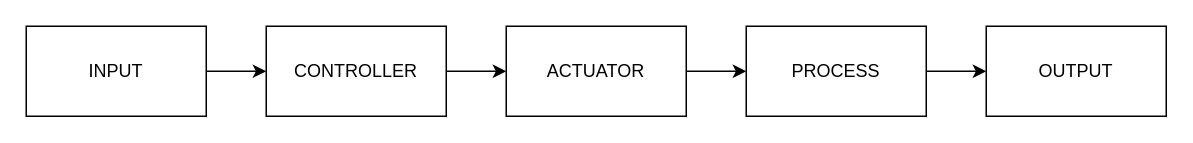
The draw.io diagram kti/sistem_kendali.drawio in Mistersuketto/tugas_akhir, before the edit. Source tidied: cells renumbered, new cells numbered last; positions are measured from the earlier drawing's top-left corner, leaving out a move shared by most shapes. Both pictures are drawn from the tidied source at 150%, with x=0, y=0 at pixel (26, 26).
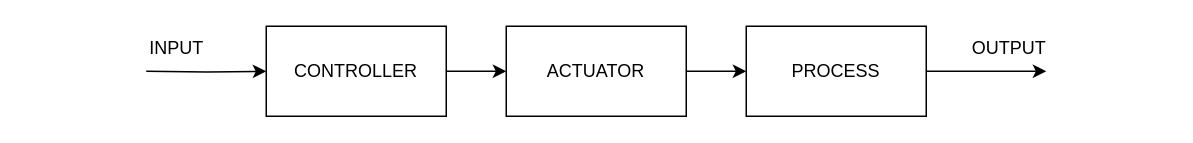
After the change.

Commit message:
mengubah input dan output

Change to the diagram source:
```diff
@@
 <mxGraphModel>
   <root>
     <mxCell id="0" />
     <mxCell id="1" parent="0" />
-    <mxCell id="2" style="edgeStyle=orthogonalEdgeStyle;rounded=0;jettySize=auto;html=1;" parent="1" edge="1" source="3" target="5">
-      <mxGeometry relative="1" as="geometry" />
+    <mxCell id="2" style="edgeStyle=orthogonalEdgeStyle;rounded=0;jettySize=auto;html=1;" parent="1" edge="1" target="5">
+      <mxGeometry relative="1" as="geometry">
+        <mxPoint x="80" y="30" as="sourcePoint" />
+      </mxGeometry>
     </mxCell>
-    <mxCell id="3" value="INPUT" style="rounded=0;whiteSpace=wrap;html=1;" parent="1" vertex="1">
-      <mxGeometry width="120" height="60" as="geometry" />
-    </mxCell>
     <mxCell id="4" style="edgeStyle=orthogonalEdgeStyle;rounded=0;jettySize=auto;html=1;" parent="1" edge="1" source="5" target="7">
       <mxGeometry relative="1" as="geometry" />
     </mxCell>
     <mxCell id="5" value="CONTROLLER" style="rounded=0;whiteSpace=wrap;html=1;" parent="1" vertex="1">
       <mxGeometry x="160" width="120" height="60" as="geometry" />
     </mxCell>
     <mxCell id="6" style="edgeStyle=orthogonalEdgeStyle;rounded=0;jettySize=auto;html=1;" parent="1" edge="1" source="7" target="9">
       <mxGeometry relative="1" as="geometry" />
     </mxCell>
     <mxCell id="7" value="ACTUATOR" style="rounded=0;whiteSpace=wrap;html=1;" parent="1" vertex="1">
       <mxGeometry x="320" width="120" height="60" as="geometry" />
     </mxCell>
-    <mxCell id="8" style="edgeStyle=orthogonalEdgeStyle;rounded=0;jettySize=auto;html=1;" parent="1" edge="1" source="9" target="10">
-      <mxGeometry relative="1" as="geometry" />
+    <mxCell id="8" style="edgeStyle=orthogonalEdgeStyle;rounded=0;jettySize=auto;html=1;" parent="1" edge="1" source="9">
+      <mxGeometry relative="1" as="geometry">
+        <mxPoint x="680" y="30" as="targetPoint" />
+      </mxGeometry>
     </mxCell>
     <mxCell id="9" value="PROCESS" style="rounded=0;whiteSpace=wrap;html=1;" parent="1" vertex="1">
       <mxGeometry x="480" width="120" height="60" as="geometry" />
     </mxCell>
+    <mxCell id="3" value="INPUT" style="text;html=1;align=center;verticalAlign=middle;points=[];strokeColor=none;fillColor=none;" parent="1" vertex="1">
+      <mxGeometry x="70" width="60" height="30" as="geometry" />
+    </mxCell>
-    <mxCell id="10" value="OUTPUT" style="rounded=0;whiteSpace=wrap;html=1;" parent="1" vertex="1">
-      <mxGeometry x="640" width="120" height="60" as="geometry" />
+    <mxCell id="10" value="OUTPUT" style="text;html=1;align=center;verticalAlign=middle;points=[];strokeColor=none;fillColor=none;" parent="1" vertex="1">
+      <mxGeometry x="620" width="70" height="30" as="geometry" />
     </mxCell>
   </root>
 </mxGraphModel>
```
